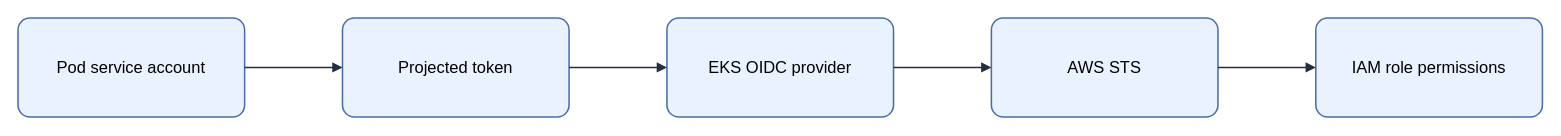
The draw.io diagram assets/img/aws/irsa-web-identity-flow.drawio in KKamJi98/kkamji98.github.io, before the edit. Source tidied: cells renumbered, new cells numbered last; positions are measured from the earlier drawing's top-left corner, leaving out a move shared by most shapes. Both pictures are drawn from the tidied source at 103%, with x=0, y=0 at pixel (18, 18).
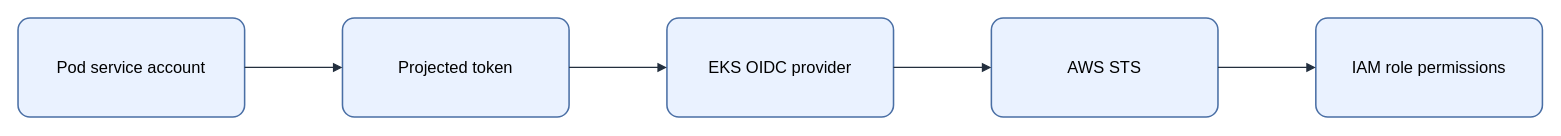
Above is the later version.

Diff of the diagram source:
```diff
@@
 <mxGraphModel background="#FFFFFF">
   <root>
     <mxCell id="0" />
     <mxCell id="1" parent="0" />
-    <mxCell id="2" value="&lt;font style=&quot;color: rgb(0, 0, 0);&quot;&gt;Pod service account&lt;/font&gt;" style="rounded=1;arcSize=12;whiteSpace=wrap;html=1;fillColor=#EAF2FF;strokeColor=#4A6FA5;strokeWidth=1.5;fontColor=#000000;fontSize=16;align=center;verticalAlign=middle;spacing=8;shadow=0;" parent="1" vertex="1">
+    <mxCell id="2" value="Pod service account" style="rounded=1;arcSize=12;whiteSpace=wrap;html=0;fillColor=#EAF2FF;strokeColor=#4A6FA5;strokeWidth=1.5;fontColor=#000000;fontSize=16;align=center;verticalAlign=middle;spacing=8;shadow=0;" parent="1" vertex="1">
       <mxGeometry width="220" height="96" as="geometry" />
     </mxCell>
-    <mxCell id="3" value="&lt;font style=&quot;color: rgb(0, 0, 0);&quot;&gt;Projected token&lt;/font&gt;" style="rounded=1;arcSize=12;whiteSpace=wrap;html=1;fillColor=#EAF2FF;strokeColor=#4A6FA5;strokeWidth=1.5;fontColor=#000000;fontSize=16;align=center;verticalAlign=middle;spacing=8;shadow=0;" parent="1" vertex="1">
+    <mxCell id="3" value="Projected token" style="rounded=1;arcSize=12;whiteSpace=wrap;html=0;fillColor=#EAF2FF;strokeColor=#4A6FA5;strokeWidth=1.5;fontColor=#000000;fontSize=16;align=center;verticalAlign=middle;spacing=8;shadow=0;" parent="1" vertex="1">
       <mxGeometry x="315" width="220" height="96" as="geometry" />
     </mxCell>
-    <mxCell id="4" value="&lt;font style=&quot;color: rgb(0, 0, 0);&quot;&gt;EKS OIDC provider&lt;/font&gt;" style="rounded=1;arcSize=12;whiteSpace=wrap;html=1;fillColor=#EAF2FF;strokeColor=#4A6FA5;strokeWidth=1.5;fontColor=#000000;fontSize=16;align=center;verticalAlign=middle;spacing=8;shadow=0;" parent="1" vertex="1">
+    <mxCell id="4" value="EKS OIDC provider" style="rounded=1;arcSize=12;whiteSpace=wrap;html=0;fillColor=#EAF2FF;strokeColor=#4A6FA5;strokeWidth=1.5;fontColor=#000000;fontSize=16;align=center;verticalAlign=middle;spacing=8;shadow=0;" parent="1" vertex="1">
       <mxGeometry x="630" width="220" height="96" as="geometry" />
     </mxCell>
-    <mxCell id="5" value="&lt;font style=&quot;color: rgb(0, 0, 0);&quot;&gt;AWS STS&lt;/font&gt;" style="rounded=1;arcSize=12;whiteSpace=wrap;html=1;fillColor=#EAF2FF;strokeColor=#4A6FA5;strokeWidth=1.5;fontColor=#000000;fontSize=16;align=center;verticalAlign=middle;spacing=8;shadow=0;" parent="1" vertex="1">
+    <mxCell id="5" value="AWS STS" style="rounded=1;arcSize=12;whiteSpace=wrap;html=0;fillColor=#EAF2FF;strokeColor=#4A6FA5;strokeWidth=1.5;fontColor=#000000;fontSize=16;align=center;verticalAlign=middle;spacing=8;shadow=0;" parent="1" vertex="1">
       <mxGeometry x="945" width="220" height="96" as="geometry" />
     </mxCell>
-    <mxCell id="6" value="&lt;font style=&quot;color: rgb(0, 0, 0);&quot;&gt;IAM role permissions&lt;/font&gt;" style="rounded=1;arcSize=12;whiteSpace=wrap;html=1;fillColor=#EAF2FF;strokeColor=#4A6FA5;strokeWidth=1.5;fontColor=#000000;fontSize=16;align=center;verticalAlign=middle;spacing=8;shadow=0;" parent="1" vertex="1">
+    <mxCell id="6" value="IAM role permissions" style="rounded=1;arcSize=12;whiteSpace=wrap;html=0;fillColor=#EAF2FF;strokeColor=#4A6FA5;strokeWidth=1.5;fontColor=#000000;fontSize=16;align=center;verticalAlign=middle;spacing=8;shadow=0;" parent="1" vertex="1">
       <mxGeometry x="1260" width="220" height="96" as="geometry" />
     </mxCell>
-    <mxCell id="7" style="edgeStyle=orthogonalEdgeStyle;rounded=0;jettySize=auto;html=1;endArrow=block;endFill=1;strokeColor=#232F3E;strokeWidth=1.5;fontColor=#000000;labelBackgroundColor=none;exitX=1;exitY=0.5;exitDx=0;exitDy=0;entryX=0;entryY=0.5;entryDx=0;entryDy=0;" parent="1" edge="1" source="2" target="3">
+    <mxCell id="7" style="edgeStyle=orthogonalEdgeStyle;rounded=0;jettySize=auto;html=0;endArrow=block;endFill=1;strokeColor=#232F3E;strokeWidth=1.25;fontColor=#000000;labelBackgroundColor=none;exitX=1;exitY=0.5;exitDx=0;exitDy=0;entryX=0;entryY=0.5;entryDx=0;entryDy=0;" parent="1" edge="1" source="2" target="3">
       <mxGeometry relative="1" as="geometry" />
     </mxCell>
-    <mxCell id="8" style="edgeStyle=orthogonalEdgeStyle;rounded=0;jettySize=auto;html=1;endArrow=block;endFill=1;strokeColor=#232F3E;strokeWidth=1.5;fontColor=#000000;labelBackgroundColor=none;exitX=1;exitY=0.5;exitDx=0;exitDy=0;entryX=0;entryY=0.5;entryDx=0;entryDy=0;" parent="1" edge="1" source="3" target="4">
+    <mxCell id="8" style="edgeStyle=orthogonalEdgeStyle;rounded=0;jettySize=auto;html=0;endArrow=block;endFill=1;strokeColor=#232F3E;strokeWidth=1.25;fontColor=#000000;labelBackgroundColor=none;exitX=1;exitY=0.5;exitDx=0;exitDy=0;entryX=0;entryY=0.5;entryDx=0;entryDy=0;" parent="1" edge="1" source="3" target="4">
       <mxGeometry relative="1" as="geometry" />
     </mxCell>
-    <mxCell id="9" style="edgeStyle=orthogonalEdgeStyle;rounded=0;jettySize=auto;html=1;endArrow=block;endFill=1;strokeColor=#232F3E;strokeWidth=1.5;fontColor=#000000;labelBackgroundColor=none;exitX=1;exitY=0.5;exitDx=0;exitDy=0;entryX=0;entryY=0.5;entryDx=0;entryDy=0;" parent="1" edge="1" source="4" target="5">
+    <mxCell id="9" style="edgeStyle=orthogonalEdgeStyle;rounded=0;jettySize=auto;html=0;endArrow=block;endFill=1;strokeColor=#232F3E;strokeWidth=1.25;fontColor=#000000;labelBackgroundColor=none;exitX=1;exitY=0.5;exitDx=0;exitDy=0;entryX=0;entryY=0.5;entryDx=0;entryDy=0;" parent="1" edge="1" source="4" target="5">
       <mxGeometry relative="1" as="geometry" />
     </mxCell>
-    <mxCell id="10" style="edgeStyle=orthogonalEdgeStyle;rounded=0;jettySize=auto;html=1;endArrow=block;endFill=1;strokeColor=#232F3E;strokeWidth=1.5;fontColor=#000000;labelBackgroundColor=none;exitX=1;exitY=0.5;exitDx=0;exitDy=0;entryX=0;entryY=0.5;entryDx=0;entryDy=0;" parent="1" edge="1" source="5" target="6">
+    <mxCell id="10" style="edgeStyle=orthogonalEdgeStyle;rounded=0;jettySize=auto;html=0;endArrow=block;endFill=1;strokeColor=#232F3E;strokeWidth=1.25;fontColor=#000000;labelBackgroundColor=none;exitX=1;exitY=0.5;exitDx=0;exitDy=0;entryX=0;entryY=0.5;entryDx=0;entryDy=0;" parent="1" edge="1" source="5" target="6">
       <mxGeometry relative="1" as="geometry" />
     </mxCell>
   </root>
 </mxGraphModel>
```
